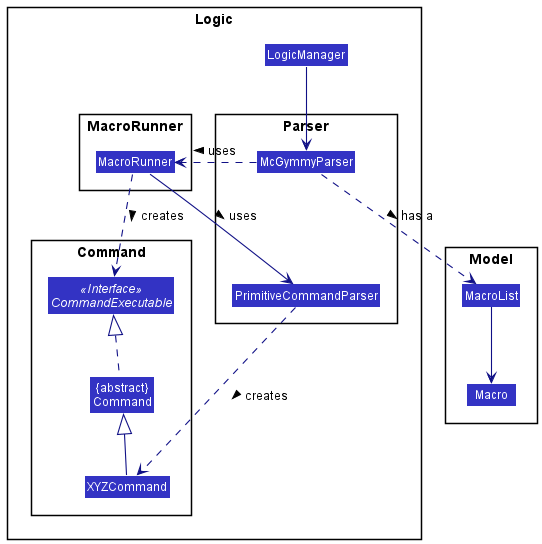
This is docs/images/MacroClassDiagram.png from nus-cs2103-AY2021S1/tp, a PlantUML export, as it was before one commit.
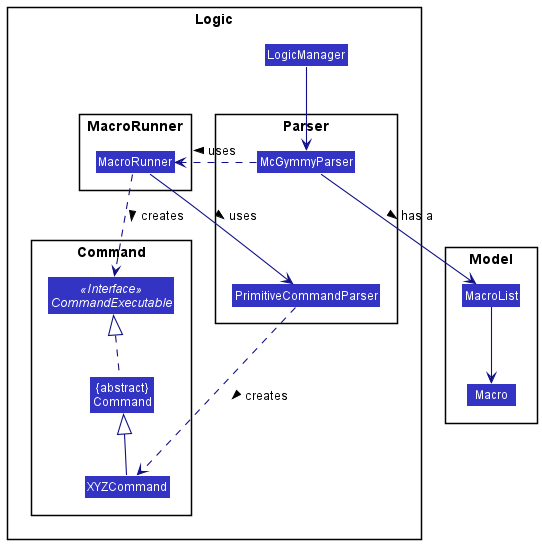
Above is the later version.

Commit message:
Fix macro UML bugs

Change to the diagram source:
```diff
@@ -41,7 +41,7 @@
 
 MacroList -down-> Macro
 
-McGymmyParser ..> MacroList : has a >
+McGymmyParser --> MacroList : has a >
 McGymmyParser ..> MacroRunner : uses >
 
 @enduml
```
